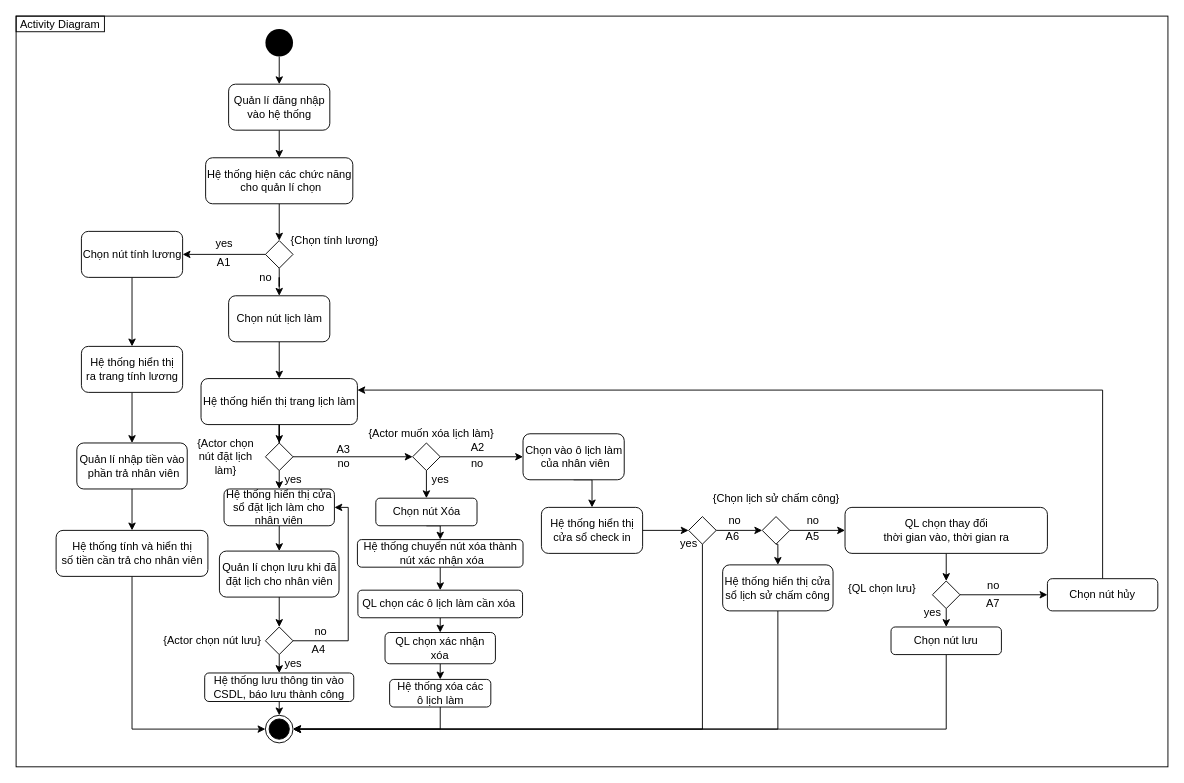
CNPM-Team-1/CNPM keeps this draw.io diagram as Thiết kế/Activity/Chấm công v2.drawio. Above is the earlier version. Source tidied: cells renumbered, new cells numbered last; positions are measured from the earlier drawing's top-left corner, leaving out a move shared by most shapes. Both pictures are drawn from the tidied source at 92%, with x=0, y=0 at pixel (16, 16).
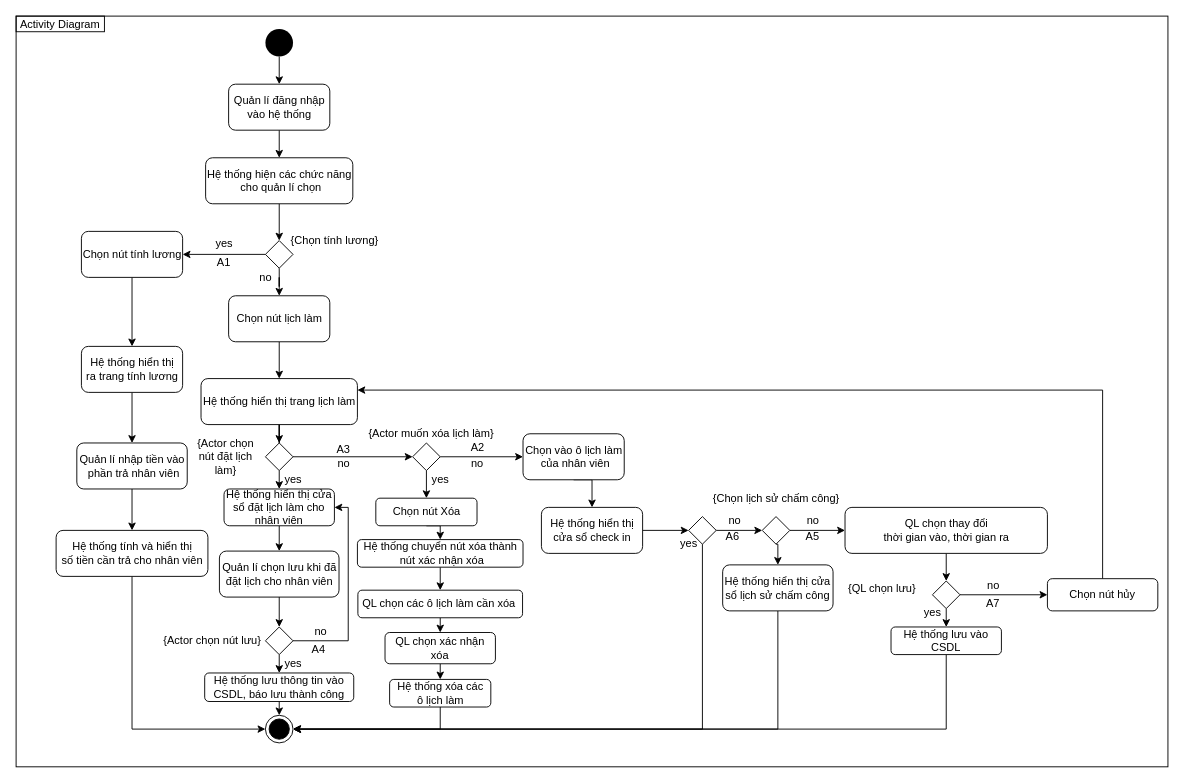
The same page after the edit.

What changed in the source:
```diff
@@
-    <mxCell id="59" value="Chọn nút lưu" style="rounded=1;whiteSpace=wrap;html=1;" parent="1" vertex="1">
+    <mxCell id="59" value="Hệ thống lưu vào CSDL" style="rounded=1;whiteSpace=wrap;html=1;" parent="1" vertex="1">
       <mxGeometry x="951" y="664" width="120" height="30" as="geometry" />
     </mxCell>
```
